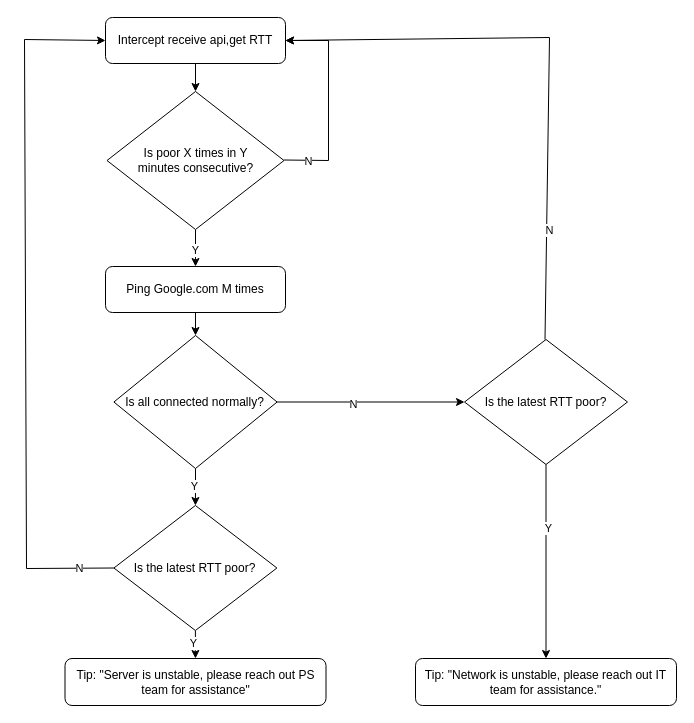
Before: 未命名绘图.drawio in kekobin/axletree, a draw.io diagram. Source tidied: cells renumbered, new cells numbered last; positions are measured from the earlier drawing's top-left corner, leaving out a move shared by most shapes. Both pictures are drawn from the tidied source at 100%, with x=0, y=0 at pixel (24, 17).
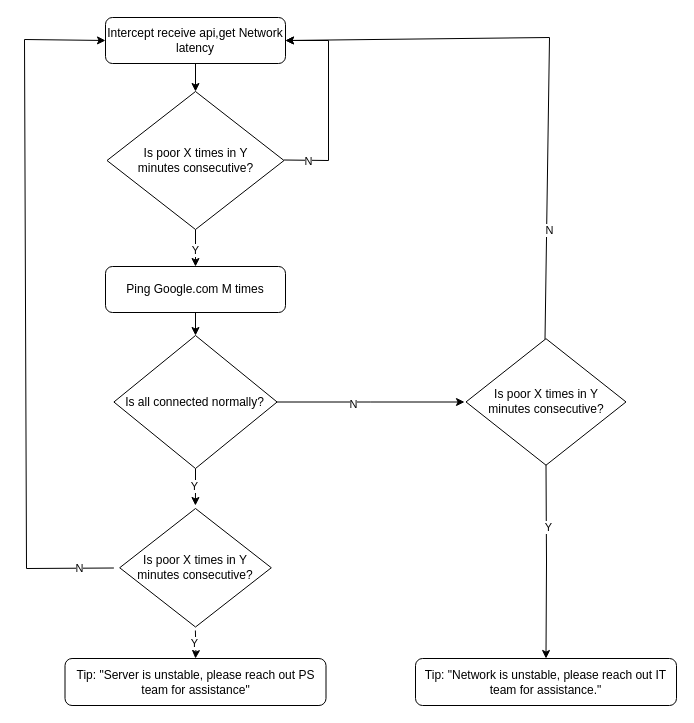
After the change.

The change refers to these unchanged cells:
```xml
<mxCell id="15" value="Is all connected normally?" style="rhombus;whiteSpace=wrap;html=1;fontStyle=0;" parent="1" vertex="1">
  <mxGeometry x="89.4" y="318" width="163.2" height="133" as="geometry" />
</mxCell>
<mxCell id="16" value="Tip: &quot;Network is unstable, please reach out IT team for assistance.&quot;" style="rounded=1;whiteSpace=wrap;html=1;fontStyle=0;" parent="1" vertex="1">
  <mxGeometry x="391" y="641" width="261" height="47" as="geometry" />
</mxCell>
<mxCell id="27" value="Tip: &quot;Server is unstable, please reach out PS team for assistance&quot;" style="rounded=1;whiteSpace=wrap;html=1;fontStyle=0;" parent="1" vertex="1">
  <mxGeometry x="40.5" y="641" width="261" height="47" as="geometry" />
</mxCell>
```

What changed in the source:
```diff
@@
-    <mxCell id="3" value="Intercept receive api,get RTT" style="rounded=1;whiteSpace=wrap;html=1;fontStyle=0;" parent="1" vertex="1">
+    <mxCell id="3" value="Intercept receive api,get Network latency" style="rounded=1;whiteSpace=wrap;html=1;fontStyle=0;" parent="1" vertex="1">
       <mxGeometry x="81" width="180" height="46" as="geometry" />
     </mxCell>
@@
-    <mxCell id="11" style="edgeStyle=orthogonalEdgeStyle;rounded=0;jettySize=auto;html=1;fontStyle=0;" parent="1" edge="1" source="15" target="22">
-      <mxGeometry relative="1" as="geometry" />
+    <mxCell id="11" style="edgeStyle=orthogonalEdgeStyle;rounded=0;jettySize=auto;html=1;fontStyle=0;" parent="1" edge="1" source="15">
+      <mxGeometry relative="1" as="geometry">
+        <mxPoint x="440" y="384.5" as="targetPoint" />
+      </mxGeometry>
     </mxCell>
@@
-    <mxCell id="13" style="edgeStyle=orthogonalEdgeStyle;rounded=0;jettySize=auto;html=1;fontStyle=0;" parent="1" edge="1" source="15" target="19">
-      <mxGeometry relative="1" as="geometry" />
+    <mxCell id="13" style="edgeStyle=orthogonalEdgeStyle;rounded=0;jettySize=auto;html=1;fontStyle=0;" parent="1" edge="1" source="15">
+      <mxGeometry relative="1" as="geometry">
+        <mxPoint x="170.9" y="488" as="targetPoint" />
+      </mxGeometry>
     </mxCell>
@@
-    <mxCell id="17" style="edgeStyle=orthogonalEdgeStyle;rounded=0;jettySize=auto;html=1;fontStyle=0;" parent="1" edge="1" source="19" target="27">
-      <mxGeometry relative="1" as="geometry" />
+    <mxCell id="17" style="edgeStyle=orthogonalEdgeStyle;rounded=0;jettySize=auto;html=1;fontStyle=0;" parent="1" edge="1" target="27">
+      <mxGeometry relative="1" as="geometry">
+        <mxPoint x="170.9" y="613" as="sourcePoint" />
+      </mxGeometry>
     </mxCell>
@@
-    <mxCell id="19" value="Is the latest RTT poor?" style="rhombus;whiteSpace=wrap;html=1;fontStyle=0;" parent="1" vertex="1">
-      <mxGeometry x="89.4" y="488" width="163" height="125" as="geometry" />
-    </mxCell>
-    <mxCell id="20" style="edgeStyle=orthogonalEdgeStyle;rounded=0;jettySize=auto;html=1;fontStyle=0;" parent="1" edge="1" source="22" target="16">
-      <mxGeometry relative="1" as="geometry" />
+    <mxCell id="20" style="edgeStyle=orthogonalEdgeStyle;rounded=0;jettySize=auto;html=1;fontStyle=0;" parent="1" edge="1" target="16">
+      <mxGeometry relative="1" as="geometry">
+        <mxPoint x="521.5" y="447" as="sourcePoint" />
+      </mxGeometry>
     </mxCell>
@@
-    <mxCell id="22" value="Is the latest RTT poor?" style="rhombus;whiteSpace=wrap;html=1;fontStyle=0;" parent="1" vertex="1">
-      <mxGeometry x="440" y="322" width="163" height="125" as="geometry" />
-    </mxCell>
@@
-    <mxCell id="25" style="endArrow=classic;html=1;rounded=0;entryX=0;entryY=0.5;entryDx=0;entryDy=0;fontStyle=0;exitX=0;exitY=0.5;exitDx=0;exitDy=0;" parent="1" edge="1" source="19" target="3">
+    <mxCell id="25" style="endArrow=classic;html=1;rounded=0;entryX=0;entryY=0.5;entryDx=0;entryDy=0;fontStyle=0;exitX=0;exitY=0.5;exitDx=0;exitDy=0;" parent="1" edge="1" target="3">
       <mxGeometry relative="1" as="geometry">
+        <mxPoint x="89.4" y="550.5" as="sourcePoint" />
         <Array as="points">
           <mxPoint x="2" y="551" />
           <mxPoint y="22" />
         </Array>
       </mxGeometry>
     </mxCell>
@@
+    <mxCell id="28" value="Is poor X times in Y&lt;br&gt;minutes consecutive?" style="rhombus;whiteSpace=wrap;html=1;fontStyle=0;" parent="1" vertex="1">
+      <mxGeometry x="441.5" y="321.2" width="160" height="126.5" as="geometry" />
+    </mxCell>
+    <mxCell id="29" value="Is poor X times in Y&lt;br&gt;minutes consecutive?" style="rhombus;whiteSpace=wrap;html=1;fontStyle=0;" parent="1" vertex="1">
+      <mxGeometry x="95.2" y="491" width="151.6" height="118.5" as="geometry" />
+    </mxCell>
```
